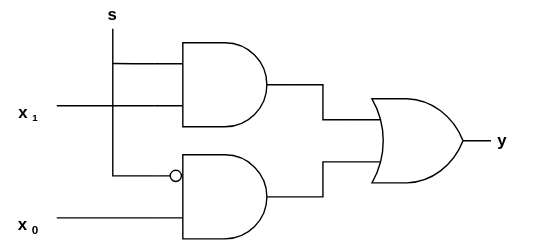
The draw.io diagram 02/yongki/assets/multiplexer.drawio.svg in cs-study-org/cs-study, before a commit. Source tidied: cells renumbered, new cells last; positions are measured from the earlier drawing's top-left corner, leaving out a move shared by most shapes.
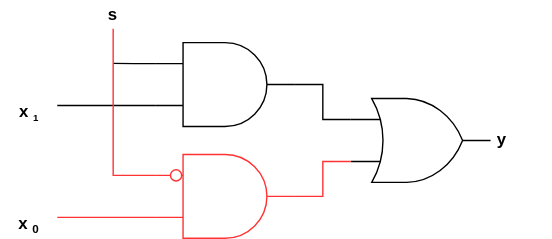
After the change.

What changed in the source:
```diff
@@ -19,10 +19,10 @@
     <mxCell id="6" style="verticalLabelPosition=bottom;shadow=0;dashed=0;align=center;html=1;verticalAlign=top;shape=mxgraph.electrical.logic_gates.logic_gate;operation=and;" parent="1" vertex="1">
       <mxGeometry x="110" y="30" width="100" height="60" as="geometry" />
     </mxCell>
-    <mxCell id="7" style="edgeStyle=orthogonalEdgeStyle;rounded=0;html=1;exitX=1;exitY=0.5;exitDx=0;exitDy=0;exitPerimeter=0;entryX=0;entryY=0.75;entryDx=0;entryDy=0;entryPerimeter=0;endArrow=none;endFill=0;" parent="1" edge="1" source="8" target="2">
+    <mxCell id="7" style="edgeStyle=orthogonalEdgeStyle;rounded=0;html=1;exitX=1;exitY=0.5;exitDx=0;exitDy=0;exitPerimeter=0;entryX=0;entryY=0.75;entryDx=0;entryDy=0;entryPerimeter=0;endArrow=none;endFill=0;strokeColor=#FF3333;" parent="1" edge="1" source="8" target="2">
       <mxGeometry relative="1" as="geometry" />
     </mxCell>
-    <mxCell id="8" style="verticalLabelPosition=bottom;shadow=0;dashed=0;align=center;html=1;verticalAlign=top;shape=mxgraph.electrical.logic_gates.logic_gate;operation=and;" parent="1" vertex="1">
+    <mxCell id="8" style="verticalLabelPosition=bottom;shadow=0;dashed=0;align=center;html=1;verticalAlign=top;shape=mxgraph.electrical.logic_gates.logic_gate;operation=and;strokeColor=#FF3333;" parent="1" vertex="1">
       <mxGeometry x="110" y="110" width="100" height="60" as="geometry" />
     </mxCell>
     <mxCell id="9" value="&lt;b&gt;x&lt;span style=&quot;font-size: 8.33333px&quot;&gt;&lt;sub&gt;1&lt;/sub&gt;&lt;/span&gt;&lt;/b&gt;" style="text;html=1;strokeColor=none;fillColor=none;align=center;verticalAlign=middle;whiteSpace=wrap;rounded=0;labelPosition=center;verticalLabelPosition=middle;" parent="1" vertex="1">
@@ -36,16 +36,16 @@
         <mxPoint x="110" y="75" as="targetPoint" />
       </mxGeometry>
     </mxCell>
-    <mxCell id="12" style="endArrow=none;html=1;exitX=1;exitY=0.25;exitDx=0;exitDy=0;entryX=0;entryY=0.75;entryDx=0;entryDy=0;entryPerimeter=0;" parent="1" edge="1" source="10" target="8">
+    <mxCell id="12" style="endArrow=none;html=1;exitX=1;exitY=0.25;exitDx=0;exitDy=0;entryX=0;entryY=0.75;entryDx=0;entryDy=0;entryPerimeter=0;strokeColor=#FF3333;" parent="1" edge="1" source="10" target="8">
       <mxGeometry relative="1" as="geometry" />
     </mxCell>
-    <mxCell id="13" style="edgeStyle=orthogonalEdgeStyle;rounded=0;html=1;exitX=0.5;exitY=1;exitDx=0;exitDy=0;entryX=0;entryY=0.25;entryDx=0;entryDy=0;entryPerimeter=0;endArrow=none;endFill=0;" parent="1" edge="1" source="14" target="8">
+    <mxCell id="13" style="edgeStyle=orthogonalEdgeStyle;rounded=0;html=1;exitX=0.5;exitY=1;exitDx=0;exitDy=0;entryX=0;entryY=0.25;entryDx=0;entryDy=0;entryPerimeter=0;endArrow=none;endFill=0;strokeColor=#FF3333;" parent="1" edge="1" source="14" target="8">
       <mxGeometry relative="1" as="geometry" />
     </mxCell>
     <mxCell id="14" value="&lt;b&gt;s&lt;/b&gt;" style="text;html=1;strokeColor=none;fillColor=none;align=center;verticalAlign=middle;whiteSpace=wrap;rounded=0;labelPosition=center;verticalLabelPosition=middle;" parent="1" vertex="1">
       <mxGeometry x="60" width="40" height="20" as="geometry" />
     </mxCell>
-    <mxCell id="15" style="verticalLabelPosition=bottom;shadow=0;dashed=0;align=center;html=1;verticalAlign=top;shape=mxgraph.electrical.logic_gates.inverting_contact;strokeColor=#000000;" parent="1" vertex="1">
+    <mxCell id="15" style="verticalLabelPosition=bottom;shadow=0;dashed=0;align=center;html=1;verticalAlign=top;shape=mxgraph.electrical.logic_gates.inverting_contact;strokeColor=#FF3333;" parent="1" vertex="1">
       <mxGeometry x="120" y="120" width="10" height="10" as="geometry" />
     </mxCell>
   </root>
```
